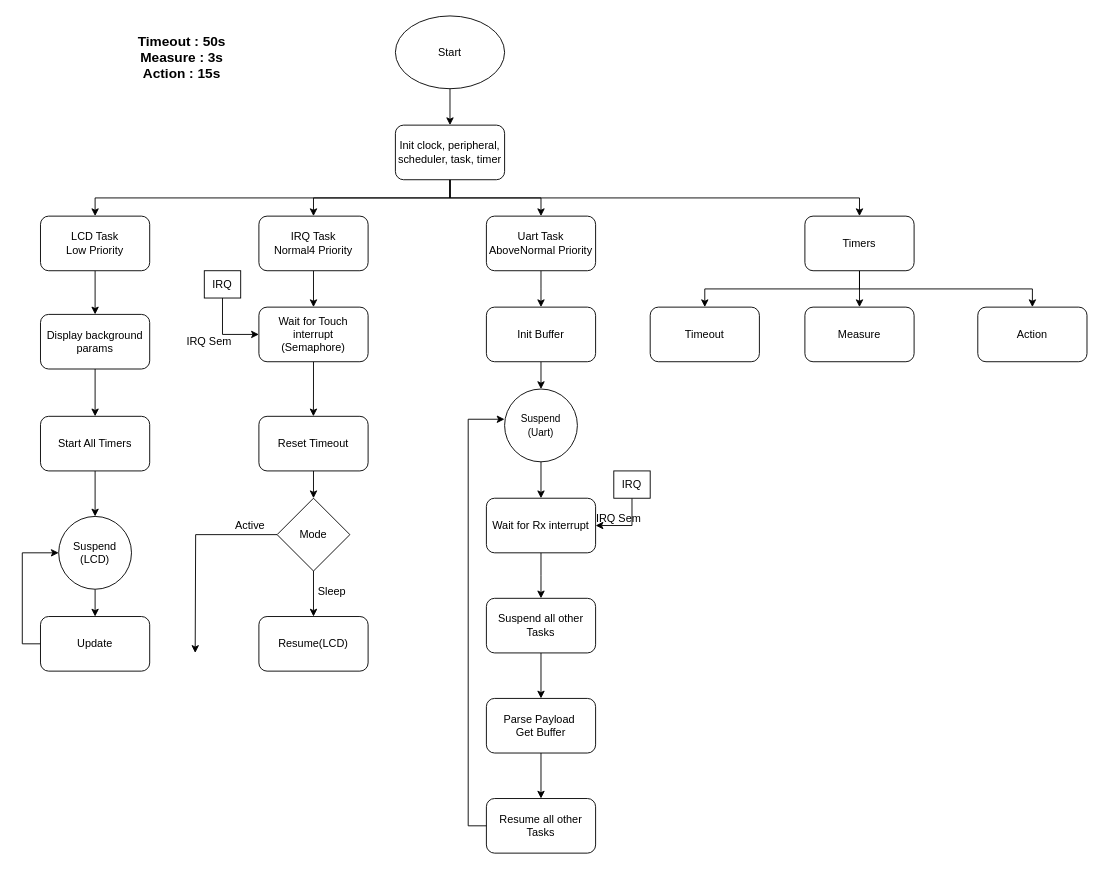
Earlier version of the draw.io diagram EDS.drawio (Kyuubi0323/Design_Embedded_System_20231). Source tidied: cells renumbered, new cells numbered last; positions are measured from the earlier drawing's top-left corner, leaving out a move shared by most shapes. Both pictures are drawn from the tidied source at 91%, with x=0, y=0 at pixel (40, 15).
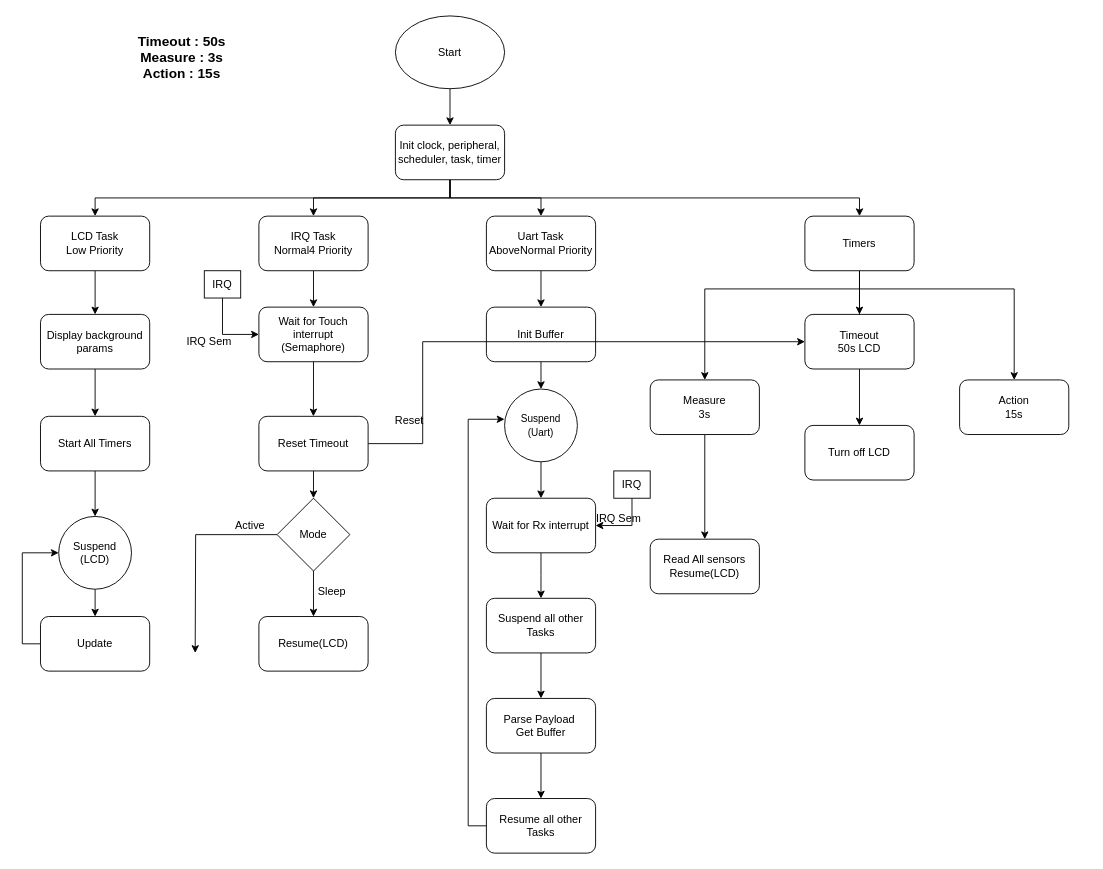
The same page after the edit.

The change refers to these unchanged cells:
```xml
<mxCell id="18" value="Timers" style="rounded=1;whiteSpace=wrap;html=1;" parent="1" vertex="1">
  <mxGeometry x="840" y="220" width="120" height="60" as="geometry" />
</mxCell>
<mxCell id="50" value="Reset Timeout" style="rounded=1;whiteSpace=wrap;html=1;" parent="1" vertex="1">
  <mxGeometry x="240" y="440" width="120" height="60" as="geometry" />
</mxCell>
```

What changed in the source:
```diff
@@
-    <mxCell id="15" style="edgeStyle=orthogonalEdgeStyle;rounded=0;jettySize=auto;html=1;exitX=0.5;exitY=1;exitDx=0;exitDy=0;entryX=0.5;entryY=0;entryDx=0;entryDy=0;" parent="1" edge="1" source="18" target="57">
-      <mxGeometry relative="1" as="geometry" />
+    <mxCell id="15" style="edgeStyle=orthogonalEdgeStyle;rounded=0;orthogonalLoop=1;jettySize=auto;html=1;exitX=0.5;exitY=1;exitDx=0;exitDy=0;" parent="1" edge="1">
+      <mxGeometry relative="1" as="geometry">
+        <mxPoint x="900" y="360" as="sourcePoint" />
+        <mxPoint x="730" y="400" as="targetPoint" />
+        <Array as="points">
+          <mxPoint x="900" y="300" />
+          <mxPoint x="730" y="300" />
+        </Array>
+      </mxGeometry>
     </mxCell>
-    <mxCell id="16" style="edgeStyle=orthogonalEdgeStyle;rounded=0;jettySize=auto;html=1;exitX=0.5;exitY=1;exitDx=0;exitDy=0;entryX=0.5;entryY=0;entryDx=0;entryDy=0;" parent="1" edge="1" source="18" target="59">
+    <mxCell id="16" style="edgeStyle=orthogonalEdgeStyle;rounded=0;jettySize=auto;html=1;exitX=0.5;exitY=1;exitDx=0;exitDy=0;entryX=0.5;entryY=0;entryDx=0;entryDy=0;" parent="1" edge="1" source="18" target="64">
       <mxGeometry relative="1" as="geometry" />
     </mxCell>
     <mxCell id="17" style="edgeStyle=orthogonalEdgeStyle;rounded=0;jettySize=auto;html=1;exitX=0.5;exitY=1;exitDx=0;exitDy=0;entryX=0.5;entryY=0;entryDx=0;entryDy=0;" parent="1" edge="1" source="18" target="58">
-      <mxGeometry relative="1" as="geometry" />
+      <mxGeometry relative="1" as="geometry">
+        <Array as="points">
+          <mxPoint x="900" y="300" />
+          <mxPoint x="1070" y="300" />
+        </Array>
+      </mxGeometry>
     </mxCell>
@@
+    <mxCell id="60" style="edgeStyle=orthogonalEdgeStyle;rounded=0;jettySize=auto;html=1;exitX=1;exitY=0.5;exitDx=0;exitDy=0;entryX=0;entryY=0.5;entryDx=0;entryDy=0;" parent="1" edge="1" source="50" target="64">
+      <mxGeometry relative="1" as="geometry">
+        <Array as="points">
+          <mxPoint x="420" y="470" />
+          <mxPoint x="420" y="358" />
+        </Array>
+      </mxGeometry>
+    </mxCell>
@@
-    <mxCell id="57" value="Timeout" style="rounded=1;whiteSpace=wrap;html=1;" parent="1" vertex="1">
-      <mxGeometry x="670" y="320" width="120" height="60" as="geometry" />
-    </mxCell>
-    <mxCell id="58" value="Action" style="rounded=1;whiteSpace=wrap;html=1;" parent="1" vertex="1">
-      <mxGeometry x="1030" y="320" width="120" height="60" as="geometry" />
+    <mxCell id="58" value="Action&lt;br&gt;15s" style="rounded=1;whiteSpace=wrap;html=1;" parent="1" vertex="1">
+      <mxGeometry x="1010" y="400" width="120" height="60" as="geometry" />
     </mxCell>
-    <mxCell id="59" value="Measure" style="rounded=1;whiteSpace=wrap;html=1;" parent="1" vertex="1">
-      <mxGeometry x="840" y="320" width="120" height="60" as="geometry" />
-    </mxCell>
+    <mxCell id="61" style="edgeStyle=orthogonalEdgeStyle;rounded=0;jettySize=auto;html=1;exitX=0.5;exitY=1;exitDx=0;exitDy=0;" parent="1" edge="1" source="62" target="66">
+      <mxGeometry relative="1" as="geometry" />
+    </mxCell>
+    <mxCell id="62" value="Measure&lt;br&gt;3s" style="rounded=1;whiteSpace=wrap;html=1;" parent="1" vertex="1">
+      <mxGeometry x="670" y="400" width="120" height="60" as="geometry" />
+    </mxCell>
+    <mxCell id="63" style="edgeStyle=orthogonalEdgeStyle;rounded=0;jettySize=auto;html=1;exitX=0.5;exitY=1;exitDx=0;exitDy=0;entryX=0.5;entryY=0;entryDx=0;entryDy=0;" parent="1" edge="1" source="64" target="65">
+      <mxGeometry relative="1" as="geometry" />
+    </mxCell>
+    <mxCell id="64" value="Timeout&lt;br&gt;50s LCD" style="rounded=1;whiteSpace=wrap;html=1;" parent="1" vertex="1">
+      <mxGeometry x="840" y="328" width="120" height="60" as="geometry" />
+    </mxCell>
+    <mxCell id="65" value="Turn off LCD" style="rounded=1;whiteSpace=wrap;html=1;" parent="1" vertex="1">
+      <mxGeometry x="840" y="450" width="120" height="60" as="geometry" />
+    </mxCell>
+    <mxCell id="66" value="Read All sensors&lt;br&gt;Resume(LCD)" style="rounded=1;whiteSpace=wrap;html=1;" parent="1" vertex="1">
+      <mxGeometry x="670" y="575" width="120" height="60" as="geometry" />
+    </mxCell>
+    <mxCell id="67" value="Reset" style="text;html=1;align=center;verticalAlign=middle;strokeColor=none;fillColor=none;" parent="1" vertex="1">
+      <mxGeometry x="380" y="430" width="50" height="30" as="geometry" />
+    </mxCell>
```
